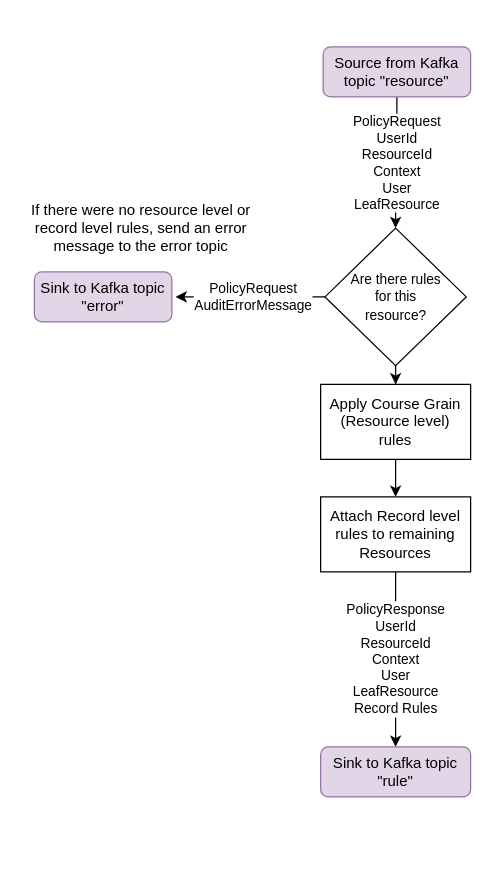
Before: policy-service/doc/policy-service.drawio in gchq/Palisade-services, a draw.io diagram. Source tidied: cells renumbered, new cells numbered last; positions are measured from the earlier drawing's top-left corner, leaving out a move shared by most shapes. Both pictures are drawn from the tidied source at 125%, with x=0, y=0 at pixel (21, 46).
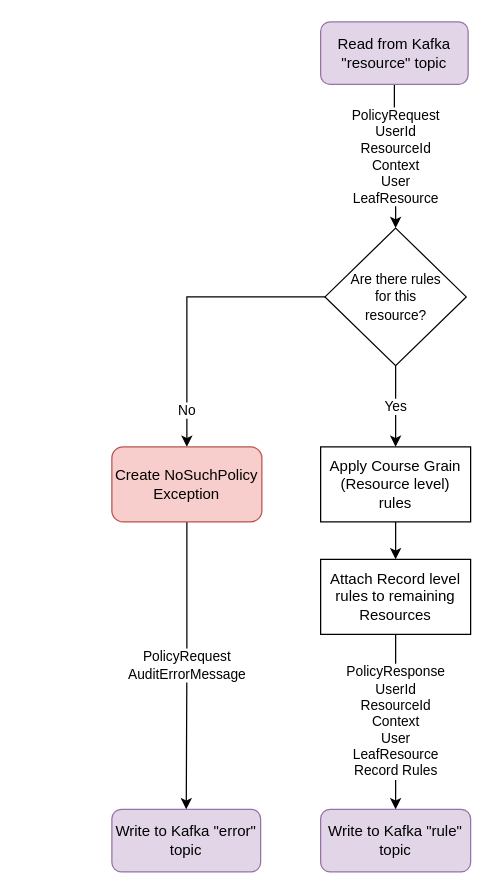
The same diagram, later.

The edit, as a diff of the source:
```diff
@@
 <mxGraphModel>
   <root>
     <mxCell id="0" />
     <mxCell id="1" parent="0" />
     <mxCell id="2" value="PolicyRequest&lt;br&gt;UserId&lt;br&gt;ResourceId&lt;br&gt;Context&lt;br&gt;User&lt;br&gt;LeafResource" style="edgeStyle=orthogonalEdgeStyle;rounded=0;jettySize=auto;html=1;exitX=0.5;exitY=1;exitDx=0;exitDy=0;entryX=0.5;entryY=0;entryDx=0;entryDy=0;" parent="1" edge="1" source="3" target="7">
       <mxGeometry relative="1" as="geometry" />
     </mxCell>
-    <mxCell id="3" value="Source from Kafka topic &quot;resource&quot;" style="rounded=1;whiteSpace=wrap;html=1;fillColor=#e1d5e7;strokeColor=#9673a6;" parent="1" vertex="1">
-      <mxGeometry x="241" width="118" height="40" as="geometry" />
+    <mxCell id="3" value="Read from Kafka &quot;resource&quot; topic" style="rounded=1;whiteSpace=wrap;html=1;fillColor=#e1d5e7;strokeColor=#9673a6;" parent="1" vertex="1">
+      <mxGeometry x="239" y="-20" width="118" height="50" as="geometry" />
     </mxCell>
-    <mxCell id="4" value="Sink to Kafka topic &quot;rule&quot;" style="rounded=1;whiteSpace=wrap;html=1;fillColor=#e1d5e7;strokeColor=#9673a6;" parent="1" vertex="1">
-      <mxGeometry x="239" y="560" width="120" height="40" as="geometry" />
+    <mxCell id="4" value="Write to Kafka &quot;rule&quot; topic" style="rounded=1;whiteSpace=wrap;html=1;fillColor=#e1d5e7;strokeColor=#9673a6;" parent="1" vertex="1">
+      <mxGeometry x="239" y="610" width="120" height="50" as="geometry" />
     </mxCell>
-    <mxCell id="5" value="PolicyRequest&lt;br&gt;AuditErrorMessage" style="edgeStyle=orthogonalEdgeStyle;rounded=0;orthogonalLoop=1;jettySize=auto;html=1;exitX=0;exitY=0.5;exitDx=0;exitDy=0;" parent="1" edge="1">
-      <mxGeometry relative="1" as="geometry">
-        <mxPoint x="245.5" y="200" as="sourcePoint" />
-        <mxPoint x="123" y="200" as="targetPoint" />
-      </mxGeometry>
-    </mxCell>
-    <mxCell id="6" style="edgeStyle=orthogonalEdgeStyle;rounded=0;jettySize=auto;html=1;exitX=0.5;exitY=1;exitDx=0;exitDy=0;" parent="1" edge="1" source="7" target="11">
+    <mxCell id="6" value="Yes" style="edgeStyle=orthogonalEdgeStyle;rounded=0;jettySize=auto;html=1;exitX=0.5;exitY=1;exitDx=0;exitDy=0;" parent="1" edge="1" source="7" target="11">
       <mxGeometry relative="1" as="geometry" />
     </mxCell>
+    <mxCell id="14" value="No" style="edgeStyle=orthogonalEdgeStyle;rounded=0;jettySize=auto;html=1;exitX=0;exitY=0.5;exitDx=0;exitDy=0;" parent="1" edge="1" source="7" target="15">
+      <mxGeometry x="0.74" relative="1" as="geometry" />
+    </mxCell>
     <mxCell id="7" value="&lt;font style=&quot;font-size: 11px&quot;&gt;Are there rules &lt;br&gt;for this &lt;br&gt;resource?&lt;/font&gt;" style="rhombus;whiteSpace=wrap;html=1;" parent="1" vertex="1">
       <mxGeometry x="242.5" y="145" width="113" height="110" as="geometry" />
     </mxCell>
-    <mxCell id="8" value="Sink to Kafka topic &quot;error&quot;" style="rounded=1;whiteSpace=wrap;html=1;fillColor=#e1d5e7;strokeColor=#9673a6;" parent="1" vertex="1">
-      <mxGeometry x="10" y="180" width="110" height="40" as="geometry" />
+    <mxCell id="8" value="Write to Kafka &quot;error&quot; topic" style="rounded=1;whiteSpace=wrap;html=1;fillColor=#e1d5e7;strokeColor=#9673a6;" parent="1" vertex="1">
+      <mxGeometry x="72" y="610" width="119" height="50" as="geometry" />
     </mxCell>
-    <mxCell id="9" value="If there were no resource level or record level rules, send an error message to the error topic" style="text;html=1;strokeColor=none;fillColor=none;align=center;verticalAlign=middle;whiteSpace=wrap;rounded=0;" parent="1" vertex="1">
-      <mxGeometry y="120" width="191" height="50" as="geometry" />
-    </mxCell>
     <mxCell id="10" style="edgeStyle=orthogonalEdgeStyle;rounded=0;jettySize=auto;html=1;exitX=0.5;exitY=1;exitDx=0;exitDy=0;" parent="1" edge="1" source="11" target="13">
       <mxGeometry relative="1" as="geometry" />
     </mxCell>
     <mxCell id="11" value="Apply Course Grain (Resource level)&lt;br&gt;rules" style="rounded=0;whiteSpace=wrap;html=1;" parent="1" vertex="1">
-      <mxGeometry x="239" y="270" width="120" height="60" as="geometry" />
+      <mxGeometry x="239" y="320" width="120" height="60" as="geometry" />
     </mxCell>
     <mxCell id="12" value="PolicyResponse&lt;br&gt;UserId&lt;br&gt;ResourceId&lt;br&gt;Context&lt;br&gt;User&lt;br&gt;LeafResource&lt;br&gt;Record Rules" style="edgeStyle=orthogonalEdgeStyle;rounded=0;jettySize=auto;html=1;exitX=0.5;exitY=1;exitDx=0;exitDy=0;" parent="1" edge="1" source="13" target="4">
       <mxGeometry relative="1" as="geometry" />
     </mxCell>
     <mxCell id="13" value="Attach Record level rules to remaining Resources" style="rounded=0;whiteSpace=wrap;html=1;" parent="1" vertex="1">
-      <mxGeometry x="239" y="360" width="120" height="60" as="geometry" />
+      <mxGeometry x="239" y="410" width="120" height="60" as="geometry" />
     </mxCell>
+    <mxCell id="5" value="&lt;span style=&quot;color: rgb(0 , 0 , 0) ; font-family: &amp;#34;helvetica&amp;#34; ; font-size: 11px ; font-style: normal ; font-weight: 400 ; letter-spacing: normal ; text-align: center ; text-indent: 0px ; text-transform: none ; word-spacing: 0px ; background-color: rgb(255 , 255 , 255) ; display: inline ; float: none&quot;&gt;PolicyRequest&lt;/span&gt;&lt;br style=&quot;color: rgb(0 , 0 , 0) ; font-family: &amp;#34;helvetica&amp;#34; ; font-size: 11px ; font-style: normal ; font-weight: 400 ; letter-spacing: normal ; text-align: center ; text-indent: 0px ; text-transform: none ; word-spacing: 0px&quot;&gt;&lt;span style=&quot;color: rgb(0 , 0 , 0) ; font-family: &amp;#34;helvetica&amp;#34; ; font-size: 11px ; font-style: normal ; font-weight: 400 ; letter-spacing: normal ; text-align: center ; text-indent: 0px ; text-transform: none ; word-spacing: 0px ; background-color: rgb(255 , 255 , 255) ; display: inline ; float: none&quot;&gt;AuditErrorMessage&lt;/span&gt;" style="edgeStyle=orthogonalEdgeStyle;rounded=0;jettySize=auto;html=1;exitX=0.5;exitY=1;exitDx=0;exitDy=0;entryX=0.5;entryY=0;entryDx=0;entryDy=0;" parent="1" edge="1" source="15" target="8">
+      <mxGeometry relative="1" as="geometry" />
+    </mxCell>
+    <mxCell id="15" value="Create NoSuchPolicy Exception" style="rounded=1;whiteSpace=wrap;html=1;fillColor=#f8cecc;strokeColor=#b85450;" parent="1" vertex="1">
+      <mxGeometry x="72" y="320" width="120" height="60" as="geometry" />
+    </mxCell>
   </root>
 </mxGraphModel>
```
